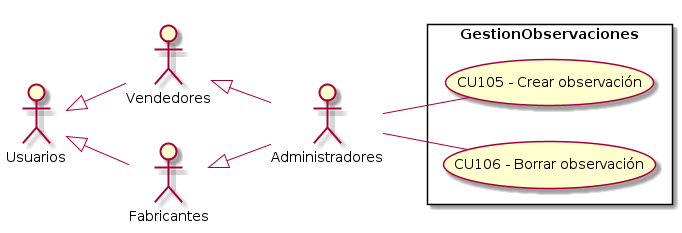
Above: Informe Final/Imagenes/ModeladoDeCasosDeUso/DiagramaDeCasosDeUso/GestionObservaciones.png in ZMGestion/DocumentacionZMGestion (PlantUML), before the change.
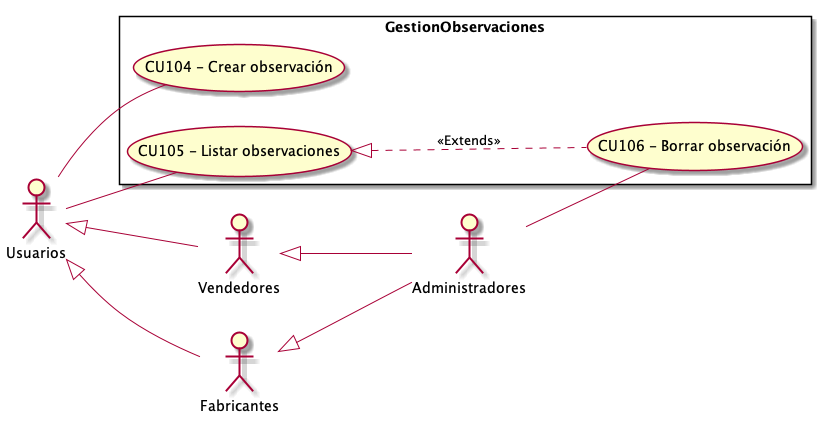
After the commit.

Diff of the diagram source:
```diff
@@ -13,9 +13,15 @@
  left to right direction
 
 rectangle GestionObservaciones{
-    UseCase "CU105 - Crear observación" as C
+    UseCase "CU104 - Crear observación" as C
+    UseCase "CU105 - Listar observaciones" as ListarObservaciones
     UseCase "CU106 - Borrar observación" as B
+
+    ListarObservaciones <|.. B: <<Extends>>
 }
-    Administradores -- C
+    Usuarios -- C
+    Usuarios -- ListarObservaciones
     Administradores -- B
+
+
 @enduml
```
